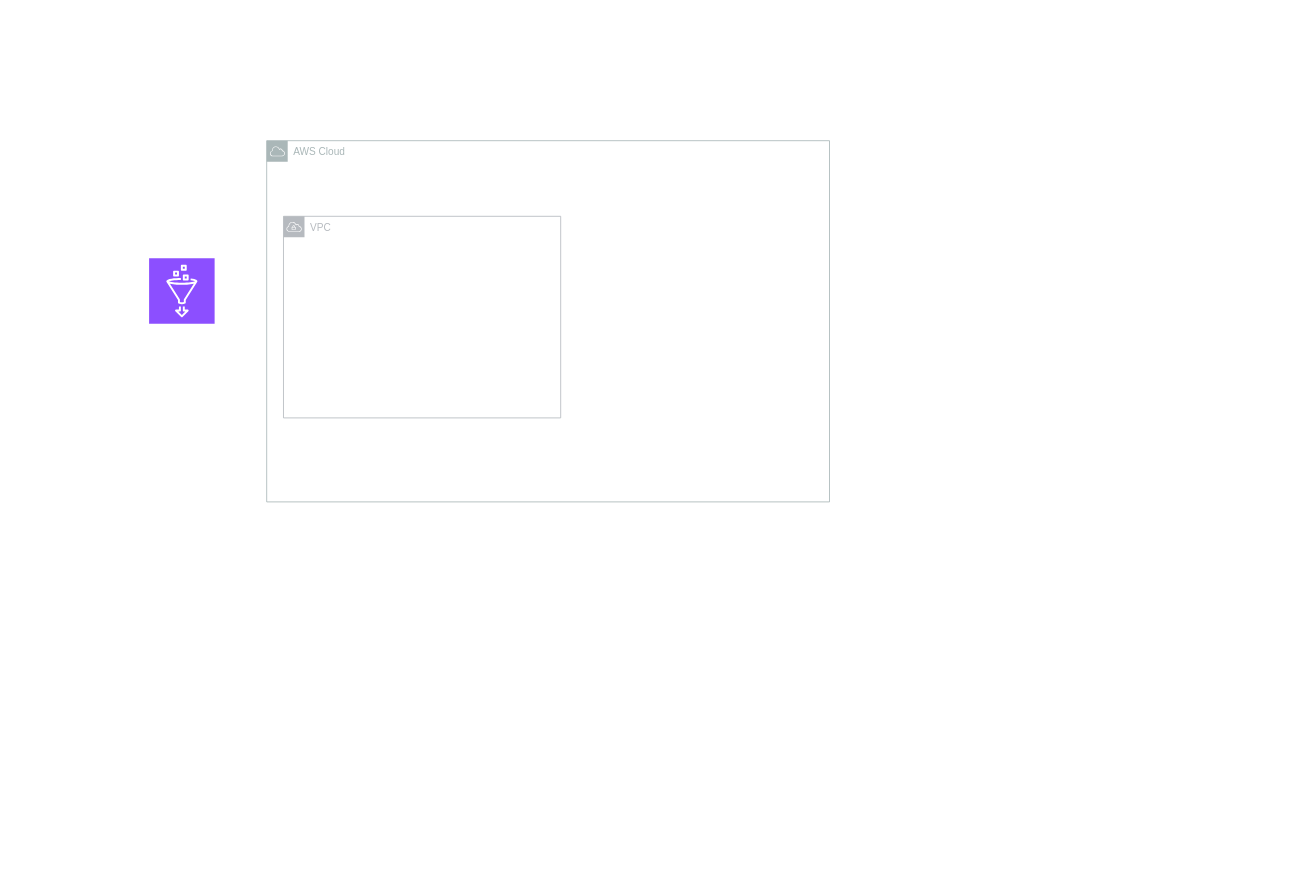
MarcosSoaresUnivali/Univali keeps this draw.io diagram as DATA_python/TARI AWS PBI Integration.drawio. Above is the earlier version. Source tidied: cells renumbered, new cells numbered last; positions are measured from the earlier drawing's top-left corner, leaving out a move shared by most shapes. Both pictures are drawn from the tidied source at 84%, with x=0, y=0 at pixel (149, 140).
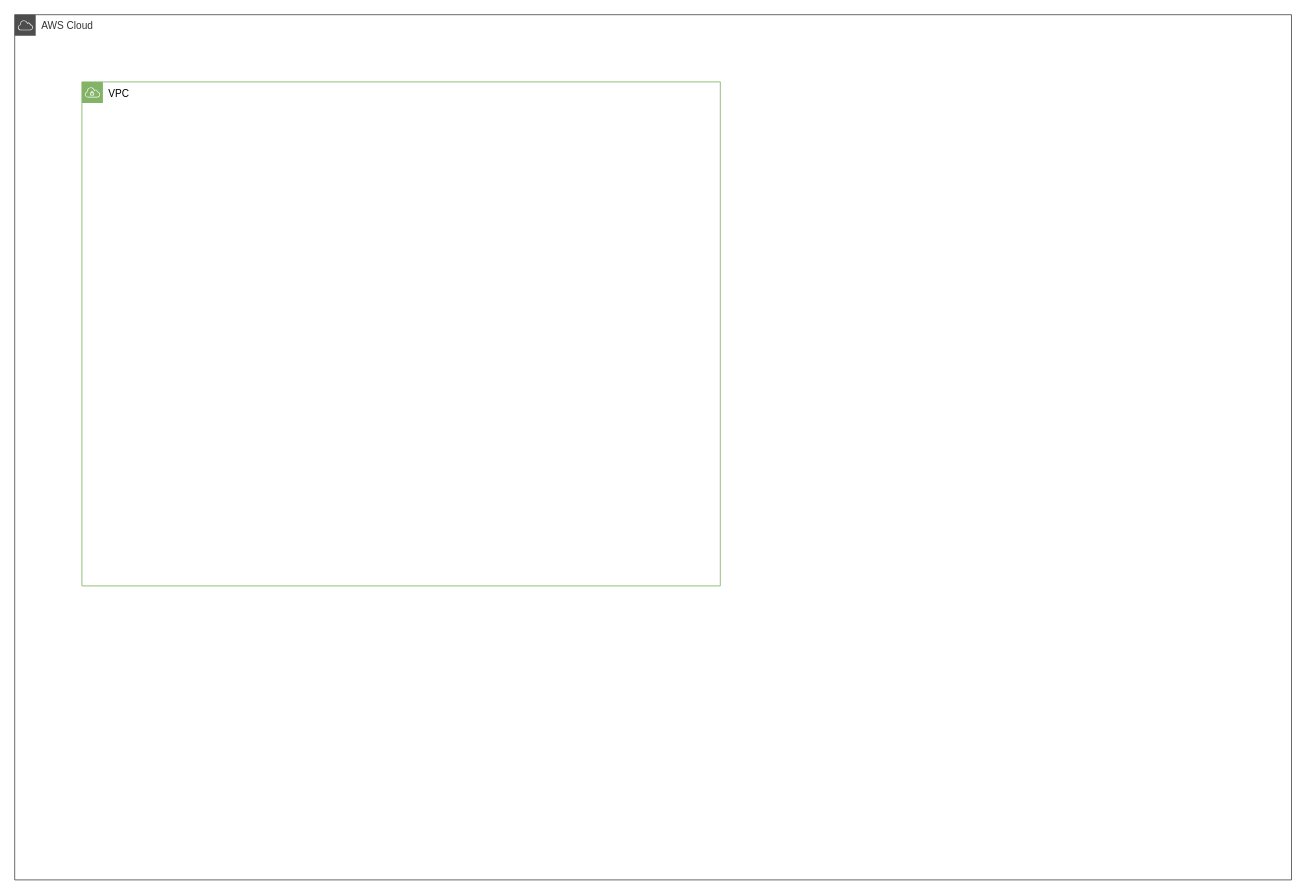
After the change.

What changed in the source:
```diff
@@
 <mxGraphModel>
   <root>
     <mxCell id="0" />
-    <mxCell id="1" parent="0" />
-    <mxCell id="2" style="sketch=0;fontColor=#232F3E;fillColor=#8C4FFF;strokeColor=#ffffff;dashed=0;verticalLabelPosition=bottom;verticalAlign=top;align=center;html=1;fontSize=12;fontStyle=0;shape=mxgraph.aws4.resourceIcon;resIcon=mxgraph.aws4.glue;" parent="1" vertex="1">
-      <mxGeometry y="140" width="78" height="78" as="geometry" />
-    </mxCell>
+    <mxCell id="5" parent="0" />
-    <mxCell id="3" value="AWS Cloud" style="sketch=0;gradientColor=none;html=1;whiteSpace=wrap;fontSize=12;fontStyle=0;shape=mxgraph.aws4.group;grIcon=mxgraph.aws4.group_aws_cloud;strokeColor=#AAB7B8;fillColor=none;verticalAlign=top;align=left;spacingLeft=30;fontColor=#AAB7B8;dashed=0;" parent="1" vertex="1">
-      <mxGeometry x="140" width="670" height="430" as="geometry" />
+    <mxCell id="3" value="AWS Cloud" style="sketch=0;gradientColor=none;html=1;whiteSpace=wrap;fontSize=12;fontStyle=0;shape=mxgraph.aws4.group;grIcon=mxgraph.aws4.group_aws_cloud;strokeColor=#4D4D4D;fillColor=none;verticalAlign=top;align=left;spacingLeft=30;fontColor=#333333;dashed=0;" parent="5" vertex="1">
+      <mxGeometry x="-160" y="-150" width="1520" height="1030" as="geometry" />
     </mxCell>
+    <mxCell id="6" parent="0" />
-    <mxCell id="4" value="VPC" style="sketch=0;gradientColor=none;html=1;whiteSpace=wrap;fontSize=12;fontStyle=0;shape=mxgraph.aws4.group;grIcon=mxgraph.aws4.group_vpc;strokeColor=#B6BABF;fillColor=none;verticalAlign=top;align=left;spacingLeft=30;fontColor=#B6BABF;dashed=0;" parent="1" vertex="1">
-      <mxGeometry x="160" y="90" width="330" height="240" as="geometry" />
+    <mxCell id="4" value="VPC" style="sketch=0;html=1;whiteSpace=wrap;fontSize=12;fontStyle=0;shape=mxgraph.aws4.group;grIcon=mxgraph.aws4.group_vpc;strokeColor=#82b366;fillColor=none;verticalAlign=top;align=left;spacingLeft=30;dashed=0;" parent="6" vertex="1">
+      <mxGeometry x="-80" y="-70" width="760" height="600" as="geometry" />
     </mxCell>
   </root>
 </mxGraphModel>
```
